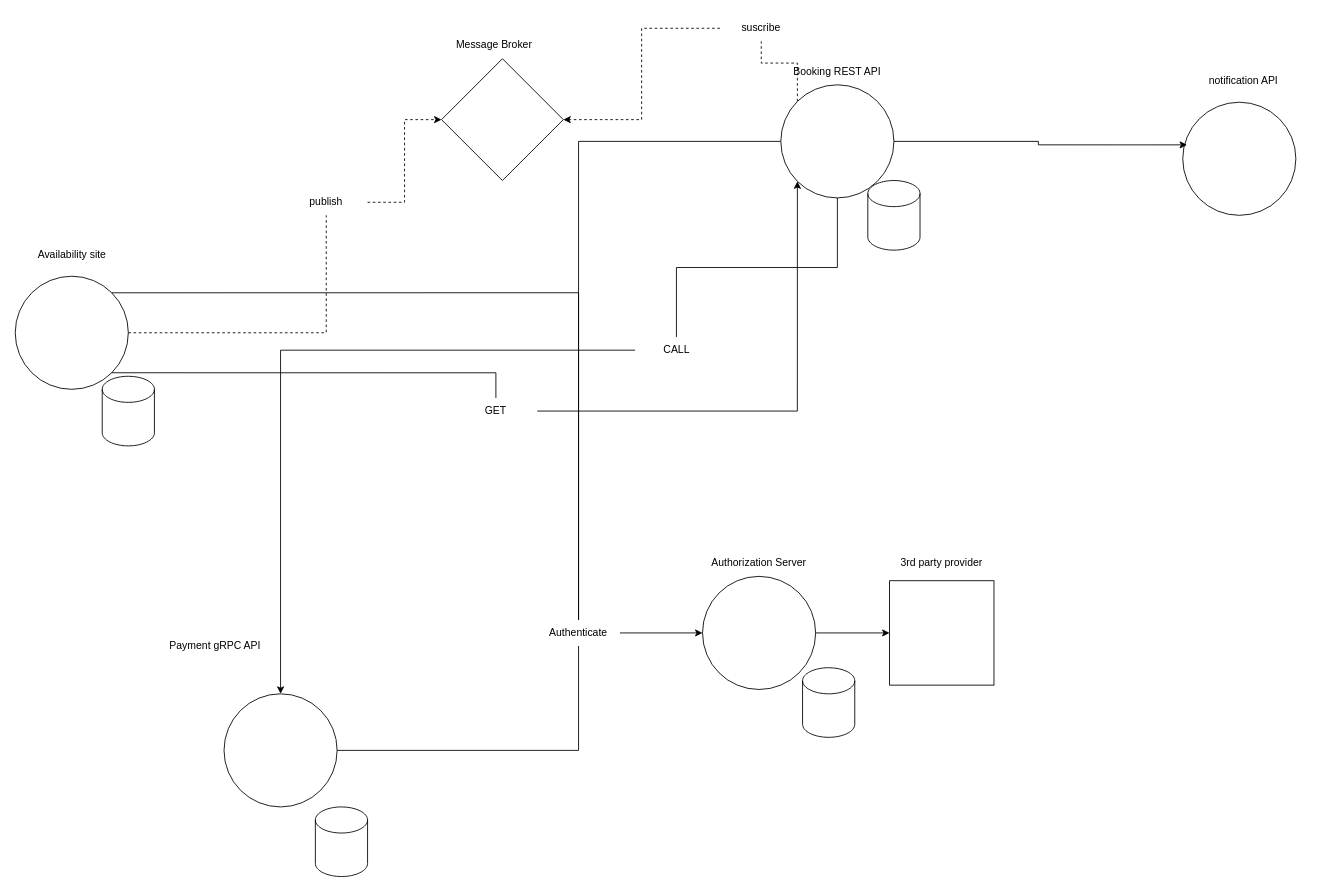
This is diagrama-clases.drawio from luc98/Programacion-IV-grupo-6, a draw.io file, before an edit. Source tidied: cells renumbered, new cells numbered last; positions are measured from the earlier drawing's top-left corner, leaving out a move shared by most shapes. Both pictures are drawn from the tidied source at 87%, with x=0, y=0 at pixel (15, 15).
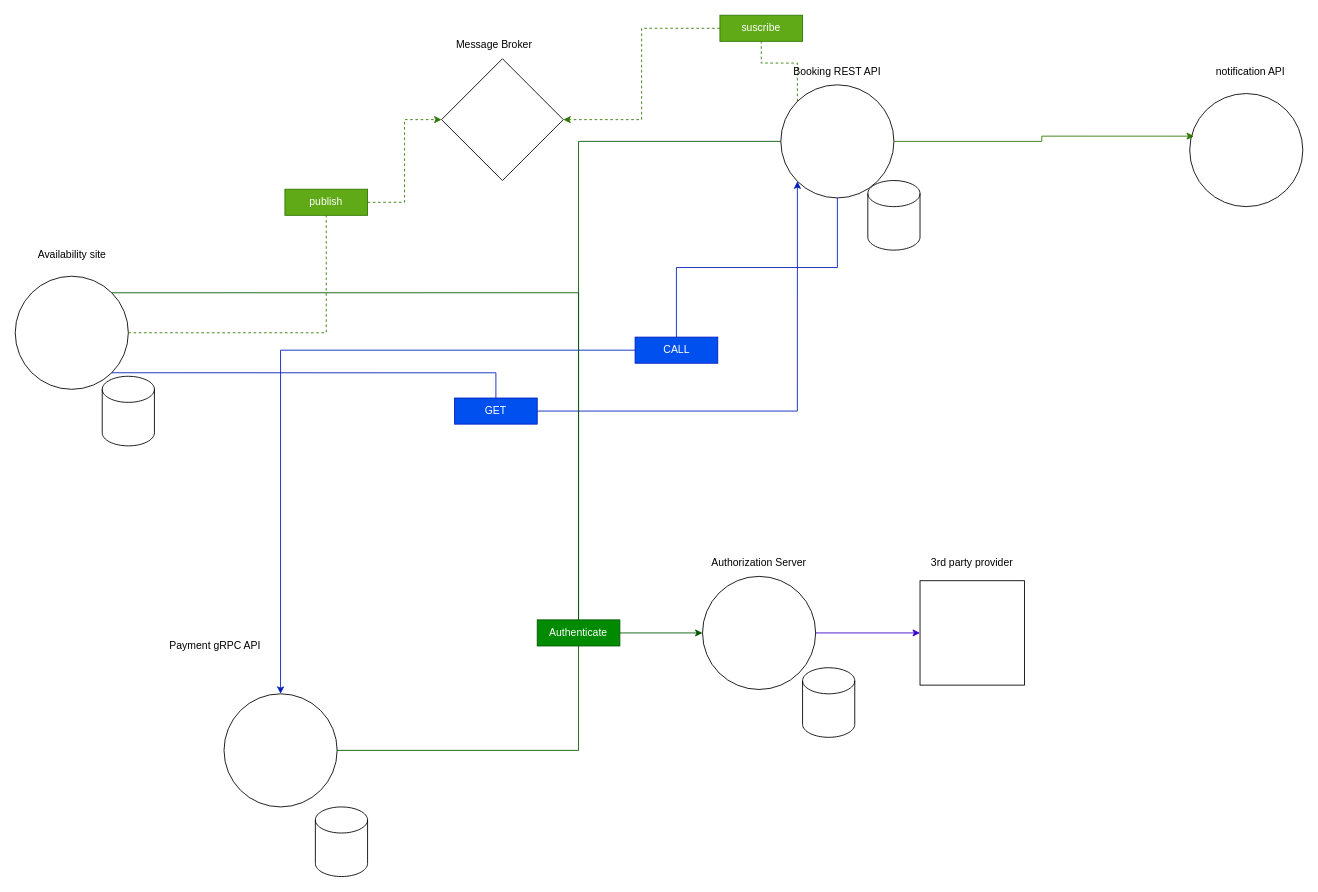
The same page after the edit.

Commit message:
diagrama colorizado

The change refers to these unchanged cells:
```xml
<mxCell id="5" style="ellipse;whiteSpace=wrap;html=1;shapeInside=1;" parent="1" vertex="1">
  <mxGeometry y="300" width="130" height="130" as="geometry" />
</mxCell>
<mxCell id="11" style="ellipse;whiteSpace=wrap;html=1;shapeInside=1;" parent="1" vertex="1">
  <mxGeometry x="880" y="80" width="130" height="130" as="geometry" />
</mxCell>
<mxCell id="14" style="ellipse;whiteSpace=wrap;html=1;shapeInside=1;" parent="1" vertex="1">
  <mxGeometry x="240" y="780" width="130" height="130" as="geometry" />
</mxCell>
<mxCell id="17" style="ellipse;whiteSpace=wrap;html=1;shapeInside=1;" parent="1" vertex="1">
  <mxGeometry x="790" y="645" width="130" height="130" as="geometry" />
</mxCell>
<mxCell id="25" style="rhombus;whiteSpace=wrap;html=1;shapeInside=1;" parent="1" vertex="1">
  <mxGeometry x="490" y="50" width="140" height="140" as="geometry" />
</mxCell>
```

Change to the diagram source:
```diff
@@
-    <mxCell id="2" style="edgeStyle=orthogonalEdgeStyle;rounded=0;jettySize=auto;html=1;entryX=0;entryY=0.5;entryDx=0;entryDy=0;defaultLabelBackgroundColor=page;dashed=1;" parent="1" edge="1" source="30" target="25">
+    <mxCell id="2" style="edgeStyle=orthogonalEdgeStyle;rounded=0;jettySize=auto;html=1;entryX=0;entryY=0.5;entryDx=0;entryDy=0;defaultLabelBackgroundColor=page;dashed=1;fillColor=#60a917;strokeColor=#2D7600;" parent="1" edge="1" source="30" target="25">
       <mxGeometry relative="1" as="geometry" />
     </mxCell>
-    <mxCell id="3" style="edgeStyle=orthogonalEdgeStyle;rounded=0;jettySize=auto;html=1;entryX=0;entryY=1;entryDx=0;entryDy=0;defaultLabelBackgroundColor=page;" parent="1" edge="1" source="33" target="11">
+    <mxCell id="3" style="edgeStyle=orthogonalEdgeStyle;rounded=0;jettySize=auto;html=1;entryX=0;entryY=1;entryDx=0;entryDy=0;defaultLabelBackgroundColor=page;fillColor=#0050ef;strokeColor=#001DBC;" parent="1" edge="1" source="33" target="11">
       <mxGeometry relative="1" as="geometry" />
     </mxCell>
-    <mxCell id="4" style="edgeStyle=orthogonalEdgeStyle;rounded=0;jettySize=auto;html=1;entryX=0;entryY=0.5;entryDx=0;entryDy=0;defaultLabelBackgroundColor=page;" parent="1" edge="1" source="37" target="17">
+    <mxCell id="4" style="edgeStyle=orthogonalEdgeStyle;rounded=0;jettySize=auto;html=1;entryX=0;entryY=0.5;entryDx=0;entryDy=0;defaultLabelBackgroundColor=page;fillColor=#008a00;strokeColor=#005700;" parent="1" edge="1" source="37" target="17">
       <mxGeometry relative="1" as="geometry" />
     </mxCell>
@@
-    <mxCell id="7" style="edgeStyle=orthogonalEdgeStyle;rounded=0;jettySize=auto;html=1;entryX=1;entryY=0.5;entryDx=0;entryDy=0;defaultLabelBackgroundColor=page;dashed=1;" parent="1" edge="1" source="31" target="25">
+    <mxCell id="7" style="edgeStyle=orthogonalEdgeStyle;rounded=0;jettySize=auto;html=1;entryX=1;entryY=0.5;entryDx=0;entryDy=0;defaultLabelBackgroundColor=page;dashed=1;fillColor=#60a917;strokeColor=#2D7600;" parent="1" edge="1" source="31" target="25">
       <mxGeometry relative="1" as="geometry" />
     </mxCell>
-    <mxCell id="8" style="edgeStyle=orthogonalEdgeStyle;rounded=0;jettySize=auto;html=1;entryX=0.5;entryY=0;entryDx=0;entryDy=0;defaultLabelBackgroundColor=page;" parent="1" edge="1" source="35" target="14">
+    <mxCell id="8" style="edgeStyle=orthogonalEdgeStyle;rounded=0;jettySize=auto;html=1;entryX=0.5;entryY=0;entryDx=0;entryDy=0;defaultLabelBackgroundColor=page;fillColor=#0050ef;strokeColor=#001DBC;" parent="1" edge="1" source="35" target="14">
       <mxGeometry relative="1" as="geometry" />
     </mxCell>
-    <mxCell id="9" style="edgeStyle=orthogonalEdgeStyle;rounded=0;jettySize=auto;html=1;exitX=0;exitY=0;exitDx=0;exitDy=0;defaultLabelBackgroundColor=page;endArrow=none;endFill=0;dashed=1;" parent="1" edge="1" source="11" target="31">
+    <mxCell id="9" style="edgeStyle=orthogonalEdgeStyle;rounded=0;jettySize=auto;html=1;exitX=0;exitY=0;exitDx=0;exitDy=0;defaultLabelBackgroundColor=page;endArrow=none;endFill=0;dashed=1;fillColor=#60a917;strokeColor=#2D7600;" parent="1" edge="1" source="11" target="31">
       <mxGeometry relative="1" as="geometry" />
     </mxCell>
-    <mxCell id="10" style="edgeStyle=orthogonalEdgeStyle;rounded=0;jettySize=auto;html=1;exitX=0;exitY=0.5;exitDx=0;exitDy=0;defaultLabelBackgroundColor=page;endArrow=none;endFill=0;" parent="1" edge="1" source="11" target="37">
+    <mxCell id="10" style="edgeStyle=orthogonalEdgeStyle;rounded=0;jettySize=auto;html=1;exitX=0;exitY=0.5;exitDx=0;exitDy=0;defaultLabelBackgroundColor=page;endArrow=none;endFill=0;fillColor=#008a00;strokeColor=#005700;" parent="1" edge="1" source="11" target="37">
       <mxGeometry relative="1" as="geometry" />
     </mxCell>
@@
-    <mxCell id="13" style="edgeStyle=orthogonalEdgeStyle;rounded=0;jettySize=auto;html=1;exitX=1;exitY=0.5;exitDx=0;exitDy=0;entryX=0.5;entryY=1;entryDx=0;entryDy=0;defaultLabelBackgroundColor=page;endArrow=none;endFill=0;" parent="1" edge="1" source="14" target="37">
+    <mxCell id="13" style="edgeStyle=orthogonalEdgeStyle;rounded=0;jettySize=auto;html=1;exitX=1;exitY=0.5;exitDx=0;exitDy=0;entryX=0.5;entryY=1;entryDx=0;entryDy=0;defaultLabelBackgroundColor=page;endArrow=none;endFill=0;fillColor=#008a00;strokeColor=#005700;" parent="1" edge="1" source="14" target="37">
       <mxGeometry relative="1" as="geometry" />
     </mxCell>
@@
-    <mxCell id="16" style="edgeStyle=orthogonalEdgeStyle;rounded=0;jettySize=auto;html=1;exitX=1;exitY=0.5;exitDx=0;exitDy=0;entryX=0;entryY=0.5;entryDx=0;entryDy=0;defaultLabelBackgroundColor=page;" parent="1" edge="1" source="17" target="19">
+    <mxCell id="16" style="edgeStyle=orthogonalEdgeStyle;rounded=0;jettySize=auto;html=1;exitX=1;exitY=0.5;exitDx=0;exitDy=0;entryX=0;entryY=0.5;entryDx=0;entryDy=0;defaultLabelBackgroundColor=page;fillColor=#6a00ff;strokeColor=#3700CC;" parent="1" edge="1" source="17" target="19">
       <mxGeometry relative="1" as="geometry" />
     </mxCell>
@@
     <mxCell id="19" style="whiteSpace=wrap;html=1;" parent="1" vertex="1">
-      <mxGeometry x="1005" y="650" width="120" height="120" as="geometry" />
+      <mxGeometry x="1040" y="650" width="120" height="120" as="geometry" />
     </mxCell>
     <mxCell id="20" value="3rd party provider" style="text;html=1;whiteSpace=wrap;strokeColor=none;fillColor=none;align=center;verticalAlign=middle;rounded=0;" parent="1" vertex="1">
-      <mxGeometry x="1005" y="615" width="120" height="30" as="geometry" />
+      <mxGeometry x="1040" y="615" width="120" height="30" as="geometry" />
     </mxCell>
@@
     <mxCell id="27" style="ellipse;whiteSpace=wrap;html=1;shapeInside=1;" parent="1" vertex="1">
-      <mxGeometry x="1342" y="100" width="130" height="130" as="geometry" />
+      <mxGeometry x="1350" y="90" width="130" height="130" as="geometry" />
     </mxCell>
     <mxCell id="28" value="notification API" style="text;html=1;whiteSpace=wrap;strokeColor=none;fillColor=none;align=center;verticalAlign=middle;rounded=0;" parent="1" vertex="1">
-      <mxGeometry x="1352" y="60" width="120" height="30" as="geometry" />
+      <mxGeometry x="1360" y="50" width="120" height="30" as="geometry" />
     </mxCell>
-    <mxCell id="29" style="edgeStyle=orthogonalEdgeStyle;rounded=0;jettySize=auto;html=1;exitX=1;exitY=0.5;exitDx=0;exitDy=0;defaultLabelBackgroundColor=page;dashed=1;endArrow=none;endFill=0;" parent="1" edge="1" source="5" target="30">
+    <mxCell id="29" style="edgeStyle=orthogonalEdgeStyle;rounded=0;jettySize=auto;html=1;exitX=1;exitY=0.5;exitDx=0;exitDy=0;defaultLabelBackgroundColor=page;dashed=1;endArrow=none;endFill=0;fillColor=#60a917;strokeColor=#2D7600;" parent="1" edge="1" source="5" target="30">
       <mxGeometry relative="1" as="geometry" />
     </mxCell>
-    <mxCell id="30" value="publish" style="text;html=1;whiteSpace=wrap;strokeColor=none;fillColor=none;align=center;verticalAlign=middle;rounded=0;" parent="1" vertex="1">
+    <mxCell id="30" value="publish" style="text;html=1;whiteSpace=wrap;strokeColor=#2D7600;fillColor=#60a917;align=center;verticalAlign=middle;rounded=0;fontColor=#ffffff;" parent="1" vertex="1">
       <mxGeometry x="310" y="200" width="95" height="30" as="geometry" />
     </mxCell>
-    <mxCell id="31" value="suscribe" style="text;html=1;whiteSpace=wrap;strokeColor=none;fillColor=none;align=center;verticalAlign=middle;rounded=0;" parent="1" vertex="1">
+    <mxCell id="31" value="suscribe" style="text;html=1;whiteSpace=wrap;strokeColor=#2D7600;fillColor=#60a917;align=center;verticalAlign=middle;rounded=0;fontColor=#ffffff;" parent="1" vertex="1">
       <mxGeometry x="810" width="95" height="30" as="geometry" />
     </mxCell>
-    <mxCell id="32" style="edgeStyle=orthogonalEdgeStyle;rounded=0;jettySize=auto;html=1;exitX=1;exitY=1;exitDx=0;exitDy=0;defaultLabelBackgroundColor=page;endArrow=none;endFill=0;" parent="1" edge="1" source="5" target="33">
+    <mxCell id="32" style="edgeStyle=orthogonalEdgeStyle;rounded=0;jettySize=auto;html=1;exitX=1;exitY=1;exitDx=0;exitDy=0;defaultLabelBackgroundColor=page;endArrow=none;endFill=0;fillColor=#0050ef;strokeColor=#001DBC;" parent="1" edge="1" source="5" target="33">
       <mxGeometry relative="1" as="geometry" />
     </mxCell>
-    <mxCell id="33" value="GET" style="text;html=1;whiteSpace=wrap;strokeColor=none;fillColor=none;align=center;verticalAlign=middle;rounded=0;" parent="1" vertex="1">
+    <mxCell id="33" value="GET" style="text;html=1;whiteSpace=wrap;strokeColor=#001DBC;fillColor=#0050ef;align=center;verticalAlign=middle;rounded=0;fontColor=#ffffff;" parent="1" vertex="1">
       <mxGeometry x="505" y="440" width="95" height="30" as="geometry" />
     </mxCell>
-    <mxCell id="34" style="edgeStyle=orthogonalEdgeStyle;rounded=0;jettySize=auto;html=1;exitX=0.5;exitY=1;exitDx=0;exitDy=0;defaultLabelBackgroundColor=page;endArrow=none;endFill=0;" parent="1" edge="1" source="11" target="35">
+    <mxCell id="34" style="edgeStyle=orthogonalEdgeStyle;rounded=0;jettySize=auto;html=1;exitX=0.5;exitY=1;exitDx=0;exitDy=0;defaultLabelBackgroundColor=page;endArrow=none;endFill=0;fillColor=#0050ef;strokeColor=#001DBC;" parent="1" edge="1" source="11" target="35">
       <mxGeometry relative="1" as="geometry" />
     </mxCell>
-    <mxCell id="35" value="CALL" style="text;html=1;whiteSpace=wrap;strokeColor=none;fillColor=none;align=center;verticalAlign=middle;rounded=0;" parent="1" vertex="1">
+    <mxCell id="35" value="CALL" style="text;html=1;whiteSpace=wrap;strokeColor=#001DBC;fillColor=#0050ef;align=center;verticalAlign=middle;rounded=0;fontColor=#ffffff;" parent="1" vertex="1">
       <mxGeometry x="712.5" y="370" width="95" height="30" as="geometry" />
     </mxCell>
-    <mxCell id="36" style="edgeStyle=orthogonalEdgeStyle;rounded=0;jettySize=auto;html=1;exitX=1;exitY=0;exitDx=0;exitDy=0;defaultLabelBackgroundColor=page;endArrow=none;endFill=0;" parent="1" edge="1" source="5" target="37">
+    <mxCell id="36" style="edgeStyle=orthogonalEdgeStyle;rounded=0;jettySize=auto;html=1;exitX=1;exitY=0;exitDx=0;exitDy=0;defaultLabelBackgroundColor=page;endArrow=none;endFill=0;fillColor=#008a00;strokeColor=#005700;" parent="1" edge="1" source="5" target="37">
       <mxGeometry relative="1" as="geometry" />
     </mxCell>
-    <mxCell id="37" value="Authenticate" style="text;html=1;whiteSpace=wrap;strokeColor=none;fillColor=none;align=center;verticalAlign=middle;rounded=0;" parent="1" vertex="1">
+    <mxCell id="37" value="Authenticate" style="text;html=1;whiteSpace=wrap;strokeColor=#005700;fillColor=#008a00;align=center;verticalAlign=middle;rounded=0;fontColor=#ffffff;" parent="1" vertex="1">
       <mxGeometry x="600" y="695" width="95" height="30" as="geometry" />
     </mxCell>
-    <mxCell id="38" style="edgeStyle=orthogonalEdgeStyle;rounded=0;jettySize=auto;html=1;exitX=1;exitY=0.5;exitDx=0;exitDy=0;entryX=0.038;entryY=0.377;entryDx=0;entryDy=0;entryPerimeter=0;defaultLabelBackgroundColor=page;" parent="1" edge="1" source="11" target="27">
+    <mxCell id="38" style="edgeStyle=orthogonalEdgeStyle;rounded=0;jettySize=auto;html=1;exitX=1;exitY=0.5;exitDx=0;exitDy=0;entryX=0.038;entryY=0.377;entryDx=0;entryDy=0;entryPerimeter=0;defaultLabelBackgroundColor=page;fillColor=#60a917;strokeColor=#2D7600;" parent="1" edge="1" source="11" target="27">
       <mxGeometry relative="1" as="geometry" />
     </mxCell>
```
